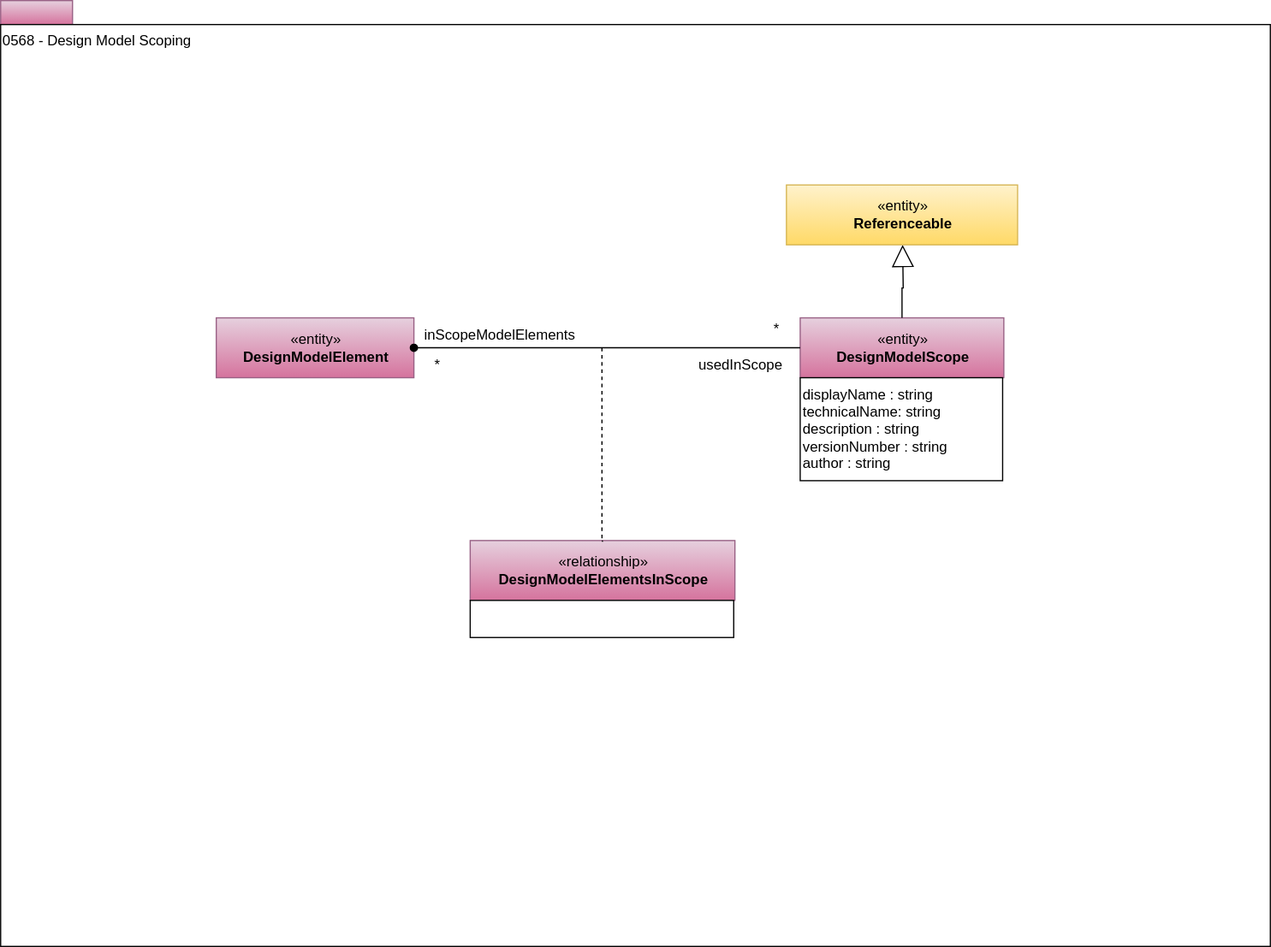
This is site/docs/types/5/0568-Design-Model-Scoping.svg from odpi/egeria-docs, a draw.io export, as it was before one commit. Source tidied: cells renumbered, new cells last; positions are measured from the earlier drawing's top-left corner, leaving out a move shared by most shapes.
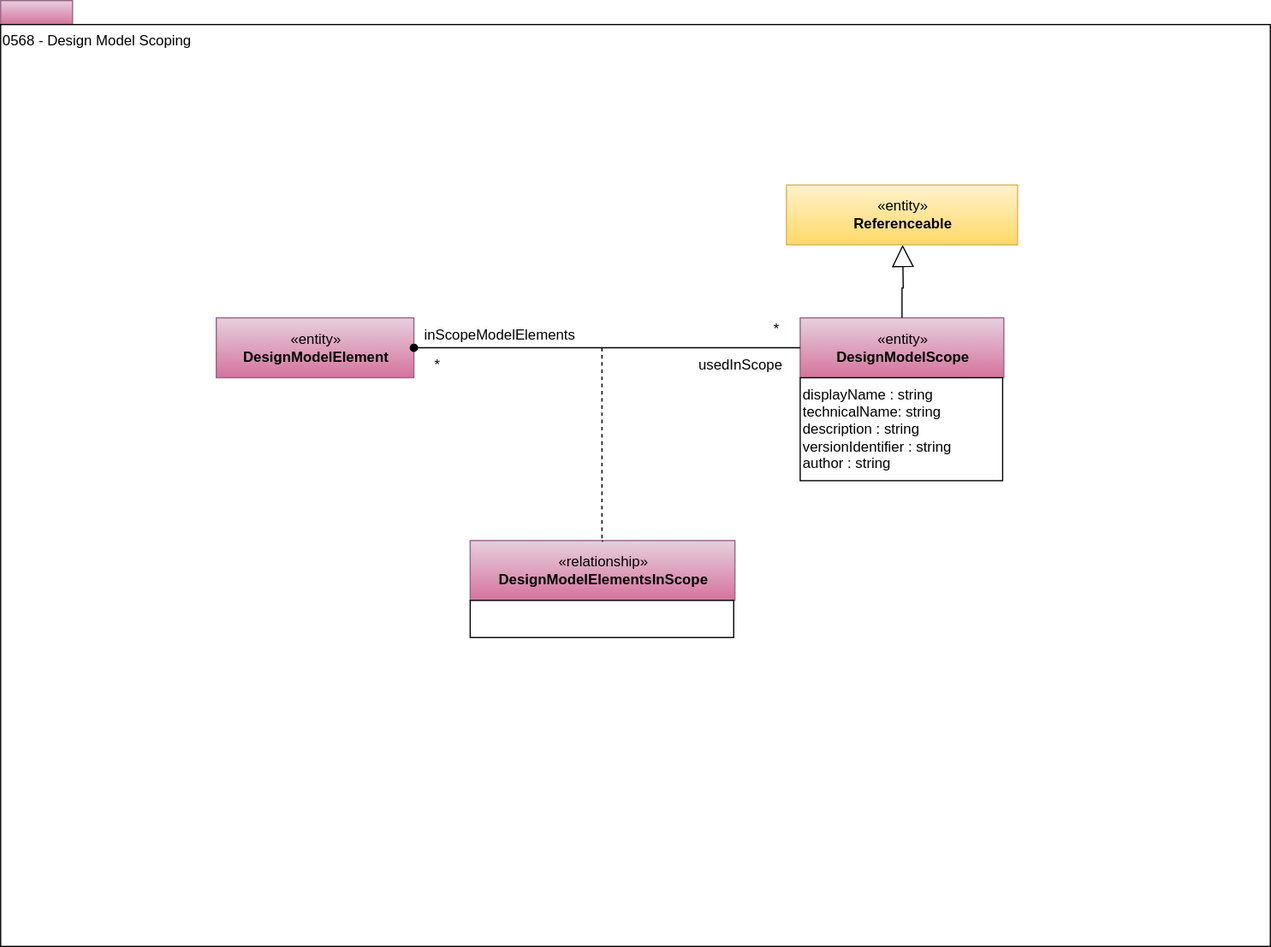
Later version of the same file.

The edit, as a diff of the source:
```diff
@@ -40,7 +40,7 @@
     <mxCell id="12" value="«entity»&lt;br&gt;&lt;b&gt;DesignModelScope&lt;/b&gt;" style="html=1;strokeColor=#996185;align=center;fillColor=#e6d0de;gradientColor=#d5739d;" parent="1" vertex="1">
       <mxGeometry x="667.5" y="265" width="170" height="50" as="geometry" />
     </mxCell>
-    <mxCell id="13" value="displayName : string&lt;br&gt;technicalName: string&lt;br&gt;description : string&lt;br&gt;versionNumber : string&lt;br&gt;author : string&lt;span&gt;&lt;br&gt;&lt;/span&gt;" style="rounded=0;whiteSpace=wrap;html=1;strokeColor=#000000;gradientColor=#ffffff;align=left;" parent="1" vertex="1">
+    <mxCell id="13" value="displayName : string&lt;br&gt;technicalName: string&lt;br&gt;description : string&lt;br&gt;versionIdentifier : string&lt;br&gt;author : string&lt;span&gt;&lt;br&gt;&lt;/span&gt;" style="rounded=0;whiteSpace=wrap;html=1;strokeColor=#000000;gradientColor=#ffffff;align=left;" parent="1" vertex="1">
       <mxGeometry x="667.5" y="315" width="169" height="86" as="geometry" />
     </mxCell>
     <mxCell id="14" style="edgeStyle=orthogonalEdgeStyle;rounded=0;jettySize=auto;html=1;endArrow=block;endFill=0;endSize=16;exitX=0.5;exitY=0;exitDx=0;exitDy=0;entryX=0.5;entryY=1;entryDx=0;entryDy=0;" parent="1" edge="1" source="12">
```
